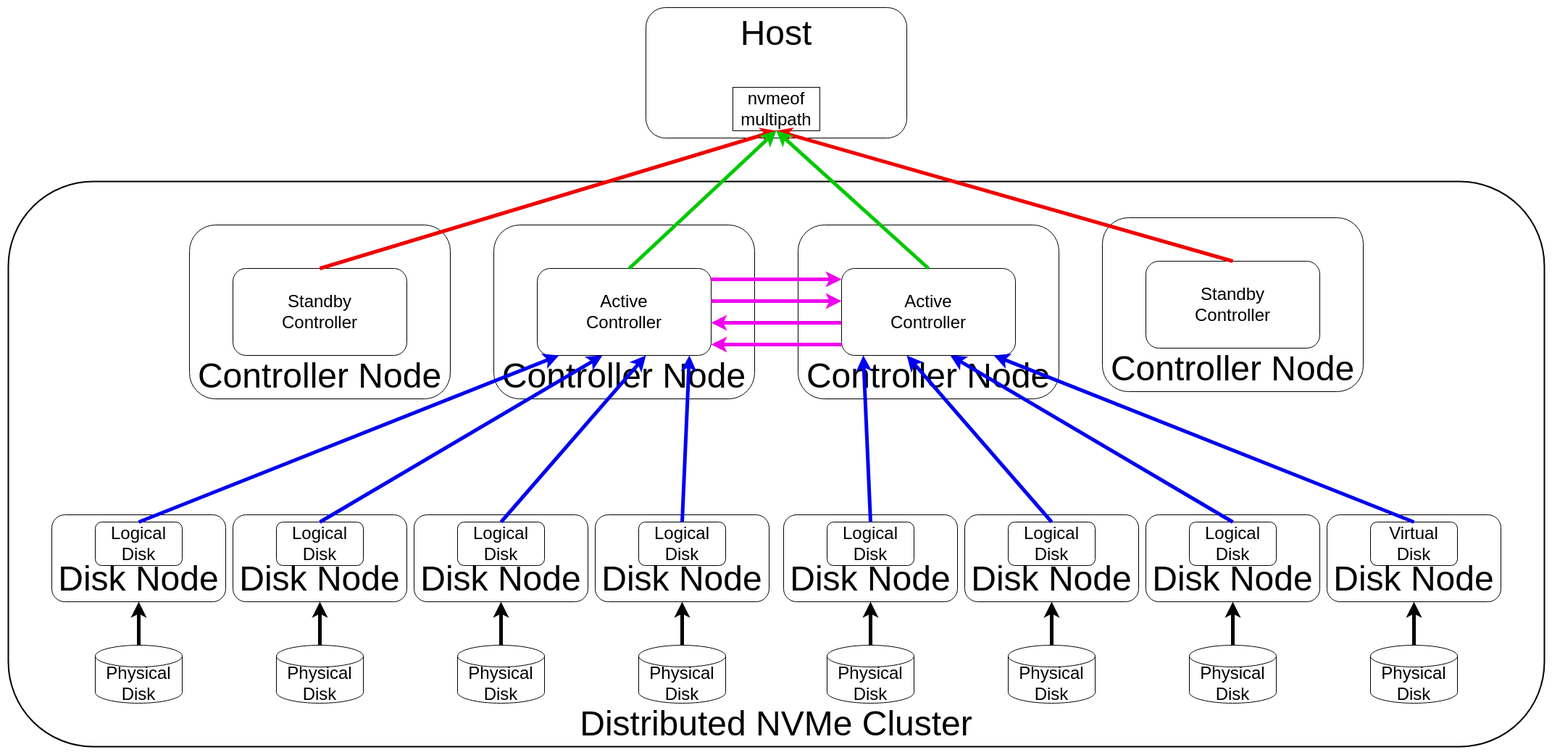
Above: doc/img/110VirtualDisk.png in distributed-nvme/distributed-nvme (draw.io), before the change. Source tidied: cells renumbered, new cells last; positions are measured from the earlier drawing's top-left corner, leaving out a move shared by most shapes. Its diagram source:
```xml
<mxGraphModel>
  <root>
    <mxCell id="0" />
    <mxCell id="1" parent="0" />
    <mxCell id="2" value="&lt;font style=&quot;font-size: 48px;&quot;&gt;Distributed NVMe Cluster&lt;/font&gt;" style="rounded=1;whiteSpace=wrap;html=1;strokeWidth=2;verticalAlign=bottom;" parent="1" vertex="1">
      <mxGeometry y="240" width="2120" height="780" as="geometry" />
    </mxCell>
    <mxCell id="3" value="&lt;font style=&quot;font-size: 48px;&quot;&gt;Controller Node&lt;/font&gt;" style="rounded=1;whiteSpace=wrap;html=1;verticalAlign=bottom;" parent="1" vertex="1">
      <mxGeometry x="1090" y="300" width="360" height="240" as="geometry" />
    </mxCell>
    <mxCell id="4" value="&lt;font style=&quot;font-size: 48px;&quot;&gt;Controller Node&lt;/font&gt;" style="rounded=1;whiteSpace=wrap;html=1;verticalAlign=bottom;" parent="1" vertex="1">
      <mxGeometry x="670" y="300" width="360" height="240" as="geometry" />
    </mxCell>
    <mxCell id="5" value="&lt;font style=&quot;font-size: 24px;&quot;&gt;Active&lt;br&gt;Controller&lt;/font&gt;" style="rounded=1;whiteSpace=wrap;html=1;" parent="1" vertex="1">
      <mxGeometry x="730" y="360" width="240" height="120" as="geometry" />
    </mxCell>
    <mxCell id="6" value="&lt;font style=&quot;font-size: 24px;&quot;&gt;Active&lt;br&gt;Controller&lt;/font&gt;" style="rounded=1;whiteSpace=wrap;html=1;" parent="1" vertex="1">
      <mxGeometry x="1150" y="360" width="240" height="120" as="geometry" />
    </mxCell>
    <mxCell id="7" style="endArrow=classic;html=1;rounded=0;strokeWidth=5;strokeColor=#f000f0;exitX=1;exitY=0.75;exitDx=0;exitDy=0;entryX=0;entryY=0.75;entryDx=0;entryDy=0;" parent="1" edge="1">
      <mxGeometry relative="1" as="geometry">
        <mxPoint x="1150" y="465" as="sourcePoint" />
        <mxPoint x="970" y="465" as="targetPoint" />
      </mxGeometry>
    </mxCell>
    <mxCell id="8" style="endArrow=classic;html=1;rounded=0;strokeWidth=5;strokeColor=#f000f0;exitX=1;exitY=0.25;exitDx=0;exitDy=0;entryX=0;entryY=0.25;entryDx=0;entryDy=0;" parent="1" edge="1">
      <mxGeometry relative="1" as="geometry">
        <mxPoint x="1150" y="435" as="sourcePoint" />
        <mxPoint x="970" y="435" as="targetPoint" />
      </mxGeometry>
    </mxCell>
    <mxCell id="9" style="endArrow=classic;html=1;rounded=0;strokeWidth=5;strokeColor=#f000f0;exitX=0;exitY=0.75;exitDx=0;exitDy=0;entryX=1;entryY=0.75;entryDx=0;entryDy=0;" parent="1" edge="1">
      <mxGeometry relative="1" as="geometry">
        <mxPoint x="970" y="405" as="sourcePoint" />
        <mxPoint x="1150" y="405" as="targetPoint" />
      </mxGeometry>
    </mxCell>
    <mxCell id="10" style="endArrow=classic;html=1;rounded=0;strokeWidth=5;strokeColor=#f000f0;exitX=0;exitY=0.25;exitDx=0;exitDy=0;entryX=1;entryY=0.25;entryDx=0;entryDy=0;" parent="1" edge="1">
      <mxGeometry relative="1" as="geometry">
        <mxPoint x="970" y="375" as="sourcePoint" />
        <mxPoint x="1150" y="375" as="targetPoint" />
      </mxGeometry>
    </mxCell>
    <mxCell id="11" value="&lt;font style=&quot;font-size: 48px;&quot;&gt;Controller Node&lt;/font&gt;" style="rounded=1;whiteSpace=wrap;html=1;verticalAlign=bottom;" parent="1" vertex="1">
      <mxGeometry x="1510" y="290" width="360" height="240" as="geometry" />
    </mxCell>
    <mxCell id="12" value="&lt;font style=&quot;font-size: 24px;&quot;&gt;Standby&lt;br&gt;Controller&lt;/font&gt;" style="rounded=1;whiteSpace=wrap;html=1;" parent="1" vertex="1">
      <mxGeometry x="1570" y="350" width="240" height="120" as="geometry" />
    </mxCell>
    <mxCell id="13" style="group;" parent="1" vertex="1">
      <mxGeometry x="1570" y="700" width="240" height="120" as="geometry" />
    </mxCell>
    <mxCell id="14" value="&lt;font style=&quot;font-size: 48px;&quot;&gt;Disk Node&lt;/font&gt;" style="rounded=1;whiteSpace=wrap;html=1;verticalAlign=bottom;" parent="13" vertex="1">
      <mxGeometry width="240" height="120" as="geometry" />
    </mxCell>
    <mxCell id="15" value="&lt;span style=&quot;font-size: 24px;&quot;&gt;Logical Disk&lt;/span&gt;" style="rounded=1;whiteSpace=wrap;html=1;" parent="13" vertex="1">
      <mxGeometry x="60" y="10" width="120" height="60" as="geometry" />
    </mxCell>
    <mxCell id="16" style="group;" parent="1" vertex="1">
      <mxGeometry x="1820" y="700" width="240" height="120" as="geometry" />
    </mxCell>
    <mxCell id="17" value="&lt;font style=&quot;font-size: 48px;&quot;&gt;Disk Node&lt;/font&gt;" style="rounded=1;whiteSpace=wrap;html=1;verticalAlign=bottom;" parent="16" vertex="1">
      <mxGeometry width="240" height="120" as="geometry" />
    </mxCell>
    <mxCell id="18" value="&lt;span style=&quot;font-size: 24px;&quot;&gt;Virtual Disk&lt;/span&gt;" style="rounded=1;whiteSpace=wrap;html=1;" parent="16" vertex="1">
      <mxGeometry x="60" y="10" width="120" height="60" as="geometry" />
    </mxCell>
    <mxCell id="19" style="group;" parent="1" vertex="1">
      <mxGeometry x="1320" y="700" width="240" height="120" as="geometry" />
    </mxCell>
    <mxCell id="20" value="&lt;font style=&quot;font-size: 48px;&quot;&gt;Disk Node&lt;/font&gt;" style="rounded=1;whiteSpace=wrap;html=1;verticalAlign=bottom;" parent="19" vertex="1">
      <mxGeometry width="240" height="120" as="geometry" />
    </mxCell>
    <mxCell id="21" value="&lt;span style=&quot;font-size: 24px;&quot;&gt;Logical Disk&lt;/span&gt;" style="rounded=1;whiteSpace=wrap;html=1;" parent="19" vertex="1">
      <mxGeometry x="60" y="10" width="120" height="60" as="geometry" />
    </mxCell>
    <mxCell id="22" style="group;" parent="1" vertex="1">
      <mxGeometry x="1070" y="700" width="240" height="120" as="geometry" />
    </mxCell>
    <mxCell id="23" value="&lt;font style=&quot;font-size: 48px;&quot;&gt;Disk Node&lt;/font&gt;" style="rounded=1;whiteSpace=wrap;html=1;verticalAlign=bottom;" parent="22" vertex="1">
      <mxGeometry width="240" height="120" as="geometry" />
    </mxCell>
    <mxCell id="24" value="&lt;span style=&quot;font-size: 24px;&quot;&gt;Logical Disk&lt;/span&gt;" style="rounded=1;whiteSpace=wrap;html=1;" parent="22" vertex="1">
      <mxGeometry x="60" y="10" width="120" height="60" as="geometry" />
    </mxCell>
    <mxCell id="25" style="group;" parent="1" vertex="1">
      <mxGeometry x="560" y="700" width="240" height="120" as="geometry" />
    </mxCell>
    <mxCell id="26" value="&lt;font style=&quot;font-size: 48px;&quot;&gt;Disk Node&lt;/font&gt;" style="rounded=1;whiteSpace=wrap;html=1;verticalAlign=bottom;" parent="25" vertex="1">
      <mxGeometry width="240" height="120" as="geometry" />
    </mxCell>
    <mxCell id="27" value="&lt;span style=&quot;font-size: 24px;&quot;&gt;Logical Disk&lt;/span&gt;" style="rounded=1;whiteSpace=wrap;html=1;" parent="25" vertex="1">
      <mxGeometry x="60" y="10" width="120" height="60" as="geometry" />
    </mxCell>
    <mxCell id="28" style="group;" parent="1" vertex="1">
      <mxGeometry x="310" y="700" width="240" height="120" as="geometry" />
    </mxCell>
    <mxCell id="29" value="&lt;font style=&quot;font-size: 48px;&quot;&gt;Disk Node&lt;/font&gt;" style="rounded=1;whiteSpace=wrap;html=1;verticalAlign=bottom;" parent="28" vertex="1">
      <mxGeometry width="240" height="120" as="geometry" />
    </mxCell>
    <mxCell id="30" value="&lt;span style=&quot;font-size: 24px;&quot;&gt;Logical Disk&lt;/span&gt;" style="rounded=1;whiteSpace=wrap;html=1;" parent="28" vertex="1">
      <mxGeometry x="60" y="10" width="120" height="60" as="geometry" />
    </mxCell>
    <mxCell id="31" style="group;" parent="1" vertex="1">
      <mxGeometry x="60" y="700" width="240" height="120" as="geometry" />
    </mxCell>
    <mxCell id="32" value="&lt;font style=&quot;font-size: 48px;&quot;&gt;Disk Node&lt;/font&gt;" style="rounded=1;whiteSpace=wrap;html=1;verticalAlign=bottom;" parent="31" vertex="1">
      <mxGeometry width="240" height="120" as="geometry" />
    </mxCell>
    <mxCell id="33" value="&lt;span style=&quot;font-size: 24px;&quot;&gt;Logical Disk&lt;/span&gt;" style="rounded=1;whiteSpace=wrap;html=1;" parent="31" vertex="1">
      <mxGeometry x="60" y="10" width="120" height="60" as="geometry" />
    </mxCell>
    <mxCell id="34" style="endArrow=classic;html=1;rounded=0;strokeWidth=5;strokeColor=#0000f0;exitX=0.5;exitY=0;exitDx=0;exitDy=0;entryX=0.5;entryY=0;entryDx=0;entryDy=0;" parent="1" edge="1" source="33">
      <mxGeometry relative="1" as="geometry">
        <mxPoint x="760" y="480" as="targetPoint" />
      </mxGeometry>
    </mxCell>
    <mxCell id="35" style="endArrow=classic;html=1;rounded=0;strokeWidth=5;strokeColor=#0000f0;exitX=0.5;exitY=0;exitDx=0;exitDy=0;entryX=0.5;entryY=0;entryDx=0;entryDy=0;" parent="1" edge="1" source="30">
      <mxGeometry relative="1" as="geometry">
        <mxPoint x="820" y="480" as="targetPoint" />
      </mxGeometry>
    </mxCell>
    <mxCell id="36" style="endArrow=classic;html=1;rounded=0;strokeWidth=5;strokeColor=#0000f0;exitX=0.5;exitY=0;exitDx=0;exitDy=0;entryX=0.5;entryY=0;entryDx=0;entryDy=0;" parent="1" edge="1" source="27">
      <mxGeometry relative="1" as="geometry">
        <mxPoint x="880" y="480" as="targetPoint" />
      </mxGeometry>
    </mxCell>
    <mxCell id="37" style="endArrow=classic;html=1;rounded=0;strokeWidth=5;strokeColor=#0000f0;exitX=0.5;exitY=0;exitDx=0;exitDy=0;entryX=0.5;entryY=0;entryDx=0;entryDy=0;" parent="1" edge="1" source="21">
      <mxGeometry relative="1" as="geometry">
        <mxPoint x="1240" y="480" as="targetPoint" />
      </mxGeometry>
    </mxCell>
    <mxCell id="38" style="endArrow=classic;html=1;rounded=0;strokeWidth=5;strokeColor=#0000f0;exitX=0.5;exitY=0;exitDx=0;exitDy=0;entryX=0.5;entryY=0;entryDx=0;entryDy=0;" parent="1" edge="1" source="15">
      <mxGeometry relative="1" as="geometry">
        <mxPoint x="1300" y="480" as="targetPoint" />
      </mxGeometry>
    </mxCell>
    <mxCell id="39" style="endArrow=classic;html=1;rounded=0;strokeWidth=5;strokeColor=#0000f0;exitX=0.5;exitY=0;exitDx=0;exitDy=0;entryX=0.5;entryY=0;entryDx=0;entryDy=0;" parent="1" edge="1" source="18">
      <mxGeometry relative="1" as="geometry">
        <mxPoint x="1360" y="480" as="targetPoint" />
      </mxGeometry>
    </mxCell>
    <mxCell id="40" value="&lt;font style=&quot;font-size: 24px;&quot;&gt;Physical&lt;br&gt;Disk&lt;/font&gt;" style="shape=cylinder3;whiteSpace=wrap;html=1;boundedLbl=1;backgroundOutline=1;size=15;" parent="1" vertex="1">
      <mxGeometry x="120" y="880" width="120" height="80" as="geometry" />
    </mxCell>
    <mxCell id="41" value="&lt;font style=&quot;font-size: 24px;&quot;&gt;Physical&lt;br&gt;Disk&lt;/font&gt;" style="shape=cylinder3;whiteSpace=wrap;html=1;boundedLbl=1;backgroundOutline=1;size=15;" parent="1" vertex="1">
      <mxGeometry x="370" y="880" width="120" height="80" as="geometry" />
    </mxCell>
    <mxCell id="42" value="&lt;font style=&quot;font-size: 24px;&quot;&gt;Physical&lt;br&gt;Disk&lt;/font&gt;" style="shape=cylinder3;whiteSpace=wrap;html=1;boundedLbl=1;backgroundOutline=1;size=15;" parent="1" vertex="1">
      <mxGeometry x="1880" y="880" width="120" height="80" as="geometry" />
    </mxCell>
    <mxCell id="43" value="&lt;font style=&quot;font-size: 24px;&quot;&gt;Physical&lt;br&gt;Disk&lt;/font&gt;" style="shape=cylinder3;whiteSpace=wrap;html=1;boundedLbl=1;backgroundOutline=1;size=15;" parent="1" vertex="1">
      <mxGeometry x="1630" y="880" width="120" height="80" as="geometry" />
    </mxCell>
    <mxCell id="44" value="&lt;font style=&quot;font-size: 24px;&quot;&gt;Physical&lt;br&gt;Disk&lt;/font&gt;" style="shape=cylinder3;whiteSpace=wrap;html=1;boundedLbl=1;backgroundOutline=1;size=15;" parent="1" vertex="1">
      <mxGeometry x="1380" y="880" width="120" height="80" as="geometry" />
    </mxCell>
    <mxCell id="45" value="&lt;font style=&quot;font-size: 24px;&quot;&gt;Physical&lt;br&gt;Disk&lt;/font&gt;" style="shape=cylinder3;whiteSpace=wrap;html=1;boundedLbl=1;backgroundOutline=1;size=15;" parent="1" vertex="1">
      <mxGeometry x="1130" y="880" width="120" height="80" as="geometry" />
    </mxCell>
    <mxCell id="46" value="&lt;font style=&quot;font-size: 24px;&quot;&gt;Physical&lt;br&gt;Disk&lt;/font&gt;" style="shape=cylinder3;whiteSpace=wrap;html=1;boundedLbl=1;backgroundOutline=1;size=15;" parent="1" vertex="1">
      <mxGeometry x="870" y="880" width="120" height="80" as="geometry" />
    </mxCell>
    <mxCell id="47" value="&lt;font style=&quot;font-size: 24px;&quot;&gt;Physical&lt;br&gt;Disk&lt;/font&gt;" style="shape=cylinder3;whiteSpace=wrap;html=1;boundedLbl=1;backgroundOutline=1;size=15;" parent="1" vertex="1">
      <mxGeometry x="620" y="880" width="120" height="80" as="geometry" />
    </mxCell>
    <mxCell id="48" style="endArrow=classic;html=1;rounded=0;strokeWidth=5;strokeColor=#000000;exitX=0.5;exitY=0;exitDx=0;exitDy=0;exitPerimeter=0;entryX=0.5;entryY=0;entryDx=0;entryDy=0;" parent="1" edge="1" source="42">
      <mxGeometry relative="1" as="geometry">
        <mxPoint x="1940" y="820" as="targetPoint" />
      </mxGeometry>
    </mxCell>
    <mxCell id="49" style="endArrow=classic;html=1;rounded=0;strokeWidth=5;strokeColor=#000000;exitX=0.5;exitY=0;exitDx=0;exitDy=0;exitPerimeter=0;entryX=0.5;entryY=0;entryDx=0;entryDy=0;" parent="1" edge="1" source="43">
      <mxGeometry relative="1" as="geometry">
        <mxPoint x="1690" y="820" as="targetPoint" />
      </mxGeometry>
    </mxCell>
    <mxCell id="50" style="endArrow=classic;html=1;rounded=0;strokeWidth=5;strokeColor=#000000;exitX=0.5;exitY=0;exitDx=0;exitDy=0;exitPerimeter=0;entryX=0.5;entryY=0;entryDx=0;entryDy=0;" parent="1" edge="1" source="44">
      <mxGeometry relative="1" as="geometry">
        <mxPoint x="1440" y="820" as="targetPoint" />
      </mxGeometry>
    </mxCell>
    <mxCell id="51" style="endArrow=classic;html=1;rounded=0;strokeWidth=5;strokeColor=#000000;exitX=0.5;exitY=0;exitDx=0;exitDy=0;exitPerimeter=0;entryX=0.5;entryY=0;entryDx=0;entryDy=0;" parent="1" edge="1" source="45">
      <mxGeometry relative="1" as="geometry">
        <mxPoint x="1190" y="820" as="targetPoint" />
      </mxGeometry>
    </mxCell>
    <mxCell id="52" style="endArrow=classic;html=1;rounded=0;strokeWidth=5;strokeColor=#000000;exitX=0.5;exitY=0;exitDx=0;exitDy=0;exitPerimeter=0;entryX=0.5;entryY=0;entryDx=0;entryDy=0;" parent="1" edge="1" source="47">
      <mxGeometry relative="1" as="geometry">
        <mxPoint x="680" y="820" as="targetPoint" />
      </mxGeometry>
    </mxCell>
    <mxCell id="53" style="endArrow=classic;html=1;rounded=0;strokeWidth=5;strokeColor=#000000;exitX=0.5;exitY=0;exitDx=0;exitDy=0;exitPerimeter=0;entryX=0.5;entryY=0;entryDx=0;entryDy=0;" parent="1" edge="1" source="41">
      <mxGeometry relative="1" as="geometry">
        <mxPoint x="430" y="820" as="targetPoint" />
      </mxGeometry>
    </mxCell>
    <mxCell id="54" style="endArrow=classic;html=1;rounded=0;strokeWidth=5;strokeColor=#000000;exitX=0.5;exitY=0;exitDx=0;exitDy=0;exitPerimeter=0;entryX=0.5;entryY=0;entryDx=0;entryDy=0;" parent="1" edge="1" source="40">
      <mxGeometry relative="1" as="geometry">
        <mxPoint x="180" y="820" as="targetPoint" />
      </mxGeometry>
    </mxCell>
    <mxCell id="55" style="group;" parent="1" vertex="1">
      <mxGeometry x="810" y="700" width="240" height="120" as="geometry" />
    </mxCell>
    <mxCell id="56" value="&lt;font style=&quot;font-size: 48px;&quot;&gt;Disk Node&lt;/font&gt;" style="rounded=1;whiteSpace=wrap;html=1;verticalAlign=bottom;" parent="55" vertex="1">
      <mxGeometry width="240" height="120" as="geometry" />
    </mxCell>
    <mxCell id="57" value="&lt;span style=&quot;font-size: 24px;&quot;&gt;Logical Disk&lt;/span&gt;" style="rounded=1;whiteSpace=wrap;html=1;" parent="55" vertex="1">
      <mxGeometry x="60" y="10" width="120" height="60" as="geometry" />
    </mxCell>
    <mxCell id="58" style="endArrow=classic;html=1;rounded=0;strokeWidth=5;strokeColor=#0000f0;entryX=0.5;entryY=0;entryDx=0;entryDy=0;exitX=0.5;exitY=0;exitDx=0;exitDy=0;" parent="1" edge="1">
      <mxGeometry relative="1" as="geometry">
        <mxPoint x="940" y="480" as="sourcePoint" />
        <mxPoint x="940" y="480" as="targetPoint" />
      </mxGeometry>
    </mxCell>
    <mxCell id="59" style="endArrow=classic;html=1;rounded=0;strokeWidth=5;strokeColor=#0000f0;exitX=0.5;exitY=0;exitDx=0;exitDy=0;entryX=0.5;entryY=0;entryDx=0;entryDy=0;" parent="1" edge="1" source="24">
      <mxGeometry relative="1" as="geometry">
        <mxPoint x="1180" y="480" as="targetPoint" />
      </mxGeometry>
    </mxCell>
    <mxCell id="60" style="endArrow=classic;html=1;rounded=0;strokeWidth=5;strokeColor=#000000;exitX=0.5;exitY=0;exitDx=0;exitDy=0;exitPerimeter=0;entryX=0.5;entryY=1;entryDx=0;entryDy=0;" parent="1" edge="1" source="46" target="56">
      <mxGeometry relative="1" as="geometry" />
    </mxCell>
    <mxCell id="61" style="group;" parent="1" vertex="1">
      <mxGeometry x="880" width="360" height="180" as="geometry" />
    </mxCell>
    <mxCell id="62" value="&lt;font style=&quot;font-size: 48px;&quot;&gt;Host&lt;/font&gt;" style="rounded=1;whiteSpace=wrap;html=1;verticalAlign=top;" parent="61" vertex="1">
      <mxGeometry width="360" height="180" as="geometry" />
    </mxCell>
    <mxCell id="63" value="&lt;font style=&quot;font-size: 24px;&quot;&gt;nvmeof&lt;br&gt;multipath&lt;br&gt;&lt;/font&gt;" style="rounded=0;whiteSpace=wrap;html=1;" parent="61" vertex="1">
      <mxGeometry x="120" y="110" width="120" height="60" as="geometry" />
    </mxCell>
    <mxCell id="64" style="endArrow=classic;html=1;rounded=0;strokeWidth=5;strokeColor=#f00000;exitX=0.5;exitY=0;exitDx=0;exitDy=0;entryX=0.5;entryY=1;entryDx=0;entryDy=0;" parent="1" edge="1" source="12" target="63">
      <mxGeometry relative="1" as="geometry" />
    </mxCell>
    <mxCell id="65" value="&lt;font style=&quot;font-size: 48px;&quot;&gt;Controller Node&lt;/font&gt;" style="rounded=1;whiteSpace=wrap;html=1;verticalAlign=bottom;" parent="1" vertex="1">
      <mxGeometry x="250" y="300" width="360" height="240" as="geometry" />
    </mxCell>
    <mxCell id="66" value="&lt;font style=&quot;font-size: 24px;&quot;&gt;Standby&lt;br&gt;Controller&lt;/font&gt;" style="rounded=1;whiteSpace=wrap;html=1;" parent="1" vertex="1">
      <mxGeometry x="310" y="360" width="240" height="120" as="geometry" />
    </mxCell>
    <mxCell id="67" style="endArrow=classic;html=1;rounded=0;strokeWidth=5;strokeColor=#f00000;exitX=0.5;exitY=0;exitDx=0;exitDy=0;entryX=0.5;entryY=1;entryDx=0;entryDy=0;" parent="1" edge="1" source="66" target="63">
      <mxGeometry relative="1" as="geometry" />
    </mxCell>
    <mxCell id="68" style="endArrow=classic;html=1;rounded=0;strokeWidth=5;strokeColor=#00c800;exitX=0.529;exitY=0;exitDx=0;exitDy=0;exitPerimeter=0;entryX=0.5;entryY=1;entryDx=0;entryDy=0;" parent="1" edge="1" source="5" target="63">
      <mxGeometry relative="1" as="geometry" />
    </mxCell>
    <mxCell id="69" style="endArrow=classic;html=1;rounded=0;strokeWidth=5;strokeColor=#00c800;exitX=0.5;exitY=0;exitDx=0;exitDy=0;entryX=0.5;entryY=1;entryDx=0;entryDy=0;" parent="1" edge="1" source="6" target="63">
      <mxGeometry relative="1" as="geometry" />
    </mxCell>
    <mxCell id="70" style="endArrow=classic;html=1;rounded=0;strokeWidth=5;strokeColor=#0000f0;entryX=0.5;entryY=0;entryDx=0;entryDy=0;exitX=0.5;exitY=0;exitDx=0;exitDy=0;" parent="1" edge="1" source="57">
      <mxGeometry relative="1" as="geometry">
        <mxPoint x="940" y="480" as="targetPoint" />
      </mxGeometry>
    </mxCell>
  </root>
</mxGraphModel>
```
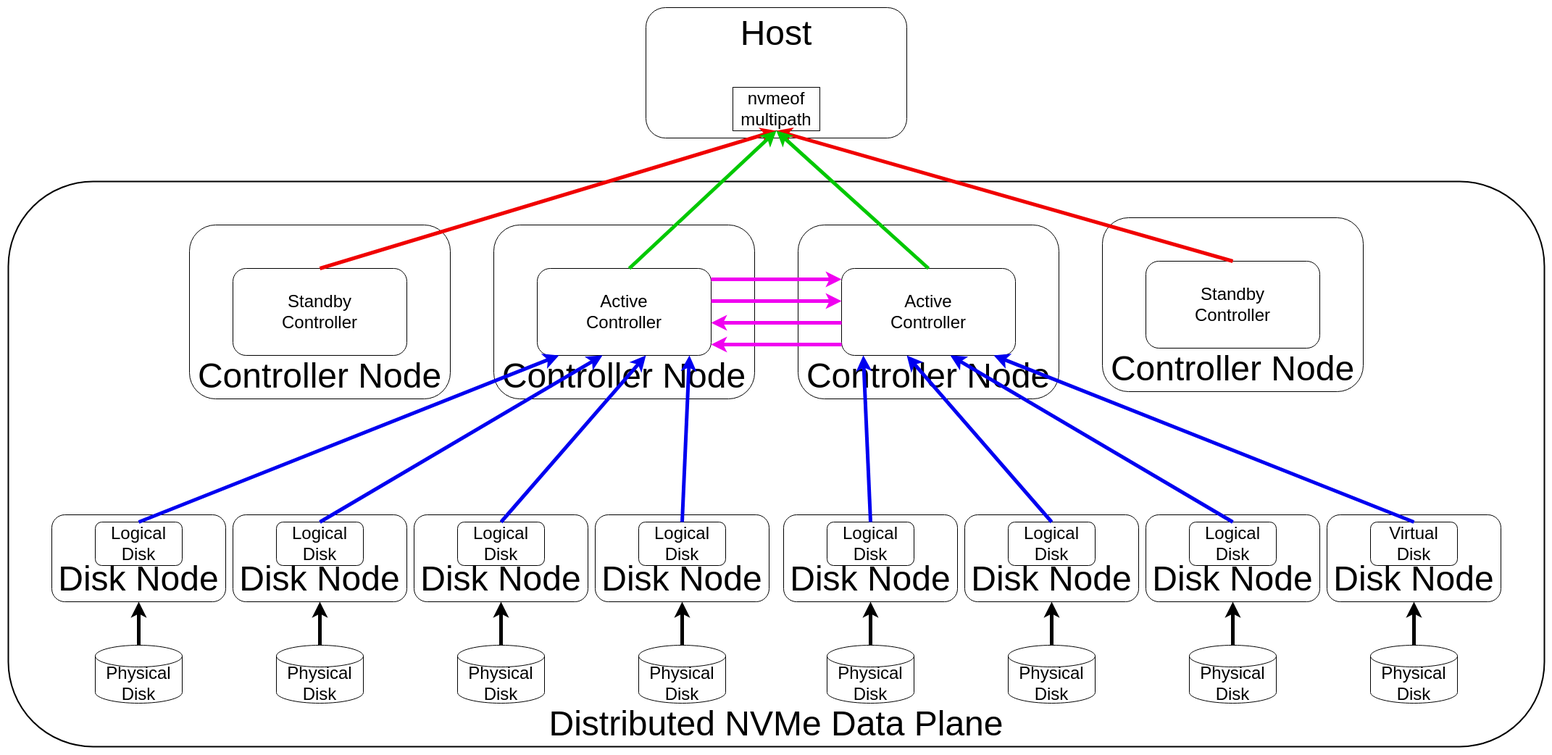
After the change.

Diff of the diagram source:
```diff
@@ -2,7 +2,7 @@
   <root>
     <mxCell id="0" />
     <mxCell id="1" parent="0" />
-    <mxCell id="2" value="&lt;font style=&quot;font-size: 48px;&quot;&gt;Distributed NVMe Cluster&lt;/font&gt;" style="rounded=1;whiteSpace=wrap;html=1;strokeWidth=2;verticalAlign=bottom;" parent="1" vertex="1">
+    <mxCell id="2" value="&lt;font style=&quot;font-size: 48px;&quot;&gt;Distributed NVMe Data Plane&lt;/font&gt;" style="rounded=1;whiteSpace=wrap;html=1;strokeWidth=2;verticalAlign=bottom;" parent="1" vertex="1">
       <mxGeometry y="240" width="2120" height="780" as="geometry" />
     </mxCell>
     <mxCell id="3" value="&lt;font style=&quot;font-size: 48px;&quot;&gt;Controller Node&lt;/font&gt;" style="rounded=1;whiteSpace=wrap;html=1;verticalAlign=bottom;" parent="1" vertex="1">
```
